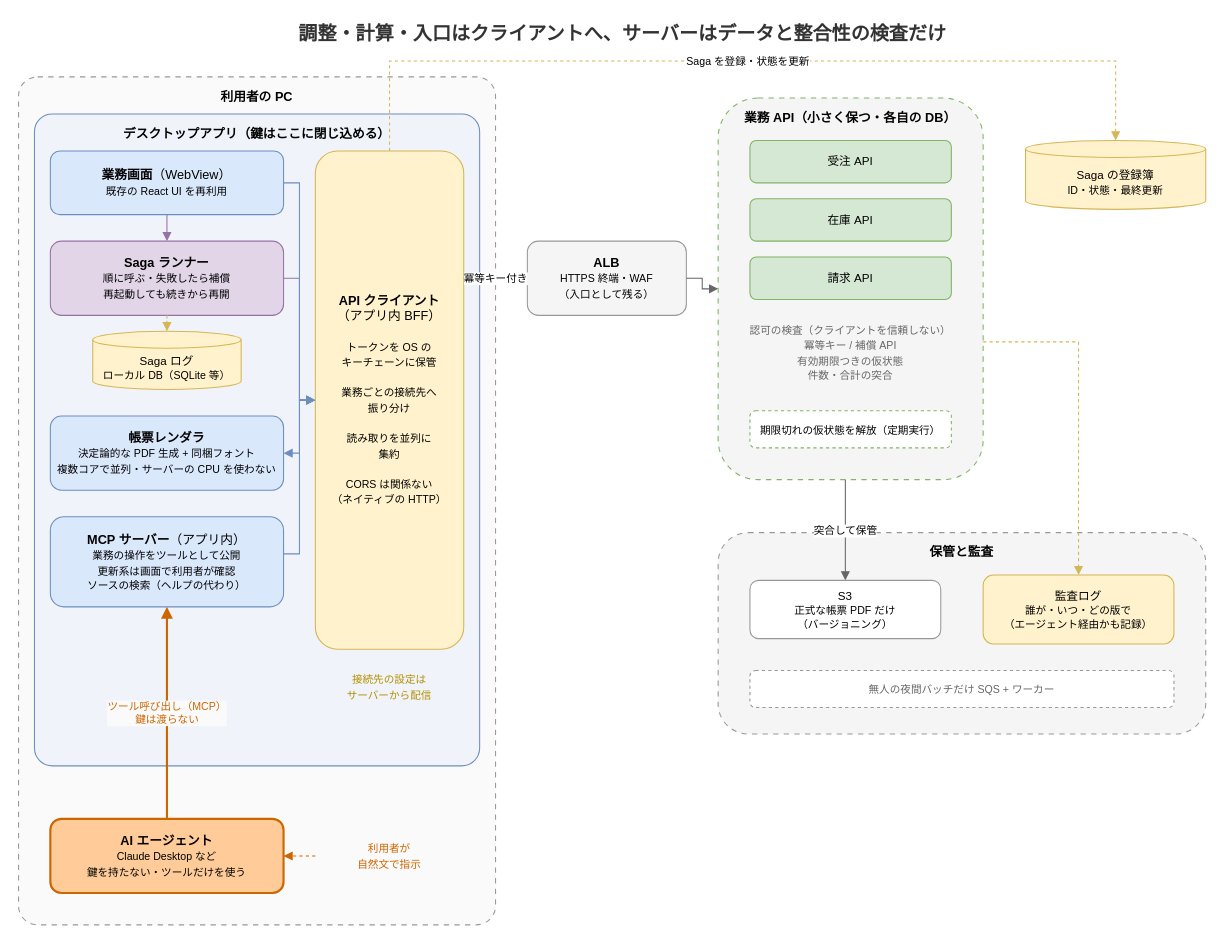
Earlier version of the draw.io diagram static/images/distributed-spa-architecture.drawio (hdknr/blogs). Source tidied: cells renumbered, new cells numbered last; positions are measured from the earlier drawing's top-left corner, leaving out a move shared by most shapes. Both pictures are drawn from the tidied source at 106%, with x=0, y=0 at pixel (18, 18).
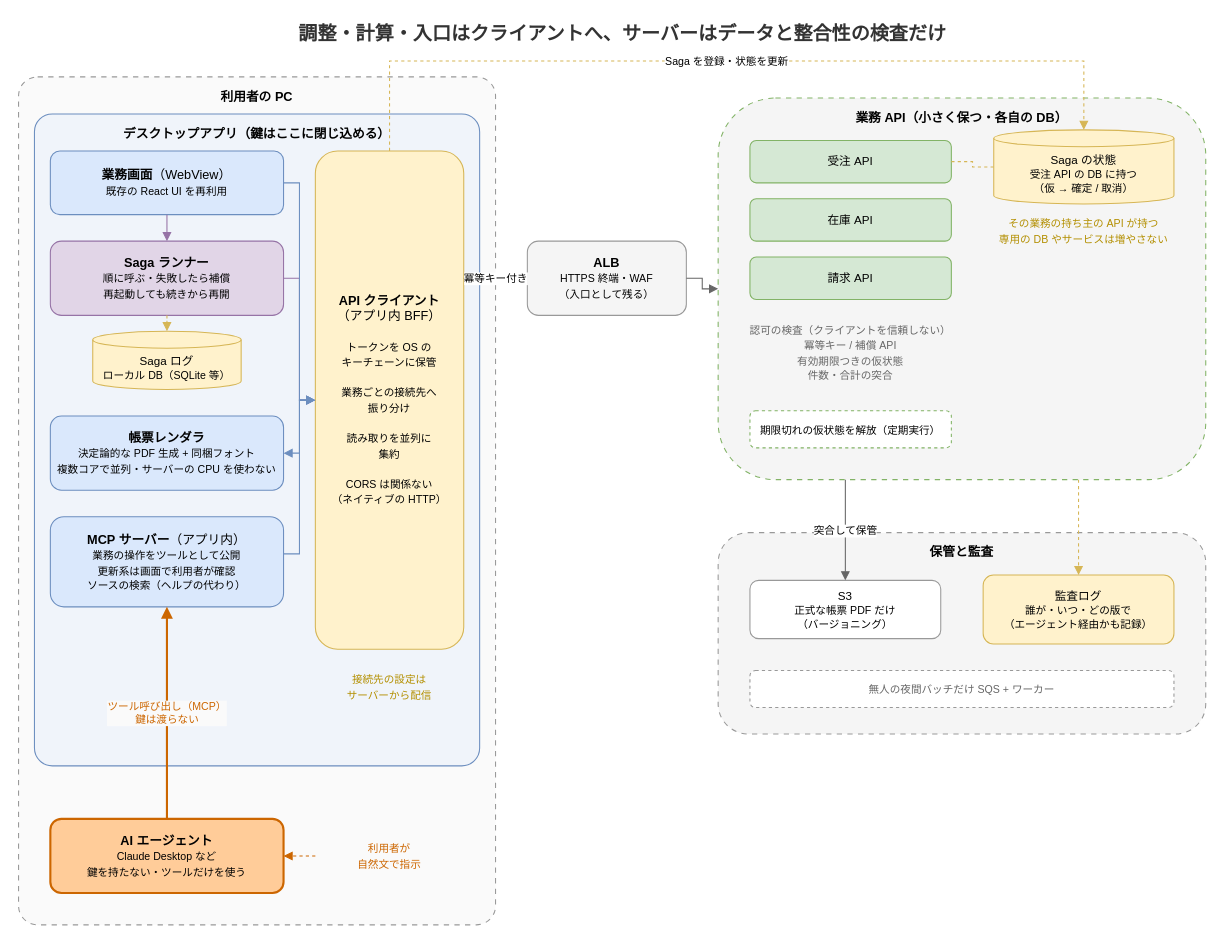
Above is the later version.

Commit message (it also covers changes not shown here):
Saga の解説を独立した節にし、Saga の状態の置き場所を持ち主の業務 API の DB に定める

「Saga とは」の節を方針 2 の前に新設し、トランザクションがサービスをまたげない理由、ローカルトランザクションと補償トランザクション、補償とロールバックの違い、分離性の欠如と仮状態（セマンティックロック）、冪等性、オーケストレーション型とコレオグラフィ型を解説する。Saga の状態は専用の DB ではなく、その業務の持ち主の業務 API の DB に置く構成に改め、全体構成図も合わせて更新。

The change refers to these unchanged cells:
```xml
<mxCell id="10" value="&lt;b&gt;API クライアント&lt;/b&gt;&lt;br&gt;（アプリ内 BFF）&lt;br&gt;&lt;br&gt;&lt;font style=&quot;font-size:10px&quot;&gt;トークンを OS の&lt;br&gt;キーチェーンに保管&lt;br&gt;&lt;br&gt;業務ごとの接続先へ&lt;br&gt;振り分け&lt;br&gt;&lt;br&gt;読み取りを並列に&lt;br&gt;集約&lt;br&gt;&lt;br&gt;CORS は関係ない&lt;br&gt;（ネイティブの HTTP）&lt;/font&gt;" style="rounded=1;whiteSpace=wrap;html=1;fillColor=#fff2cc;strokeColor=#d6b656;fontSize=12;" parent="1" vertex="1">
  <mxGeometry x="280" y="125" width="140" height="470" as="geometry" />
</mxCell>
<mxCell id="16" value="受注 API" style="rounded=1;whiteSpace=wrap;html=1;fillColor=#d5e8d4;strokeColor=#82b366;fontSize=11;" parent="1" vertex="1">
  <mxGeometry x="690" y="115" width="190" height="40" as="geometry" />
</mxCell>
<mxCell id="24" value="監査ログ&lt;br&gt;&lt;font style=&quot;font-size:10px&quot;&gt;誰が・いつ・どの版で&lt;br&gt;（エージェント経由かも記録）&lt;/font&gt;" style="rounded=1;whiteSpace=wrap;html=1;fillColor=#fff2cc;strokeColor=#d6b656;fontSize=11;" parent="1" vertex="1">
  <mxGeometry x="910" y="525" width="180" height="65" as="geometry" />
</mxCell>
```

What changed in the source:
```diff
@@
     <mxCell id="15" value="業務 API（小さく保つ・各自の DB）" style="rounded=1;whiteSpace=wrap;html=1;fillColor=#f5f5f5;strokeColor=#82b366;fontStyle=1;fontSize=12;verticalAlign=top;spacingTop=5;dashed=1;dashPattern=5 5;" parent="1" vertex="1">
-      <mxGeometry x="660" y="75" width="250" height="360" as="geometry" />
+      <mxGeometry x="660" y="75" width="460" height="360" as="geometry" />
     </mxCell>
@@
-    <mxCell id="21" value="Saga の登録簿&lt;br&gt;&lt;font style=&quot;font-size:10px&quot;&gt;ID・状態・最終更新&lt;/font&gt;" style="shape=cylinder3;whiteSpace=wrap;html=1;boundedLbl=1;size=8;fillColor=#fff2cc;strokeColor=#d6b656;fontSize=11;" parent="1" vertex="1">
-      <mxGeometry x="950" y="115" width="170" height="65" as="geometry" />
+    <mxCell id="21" value="Saga の状態&lt;br&gt;&lt;font style=&quot;font-size:10px&quot;&gt;受注 API の DB に持つ&lt;br&gt;（仮 → 確定 / 取消）&lt;/font&gt;" style="shape=cylinder3;whiteSpace=wrap;html=1;boundedLbl=1;size=8;fillColor=#fff2cc;strokeColor=#d6b656;fontSize=11;" parent="1" vertex="1">
+      <mxGeometry x="920" y="105" width="170" height="70" as="geometry" />
     </mxCell>
+    <mxCell id="39" value="&lt;font style=&quot;font-size:10px&quot;&gt;その業務の持ち主の API が持つ&lt;br&gt;専用の DB やサービスは増やさない&lt;/font&gt;" style="text;html=1;align=center;verticalAlign=middle;whiteSpace=wrap;fontColor=#b38f00;" parent="1" vertex="1">
+      <mxGeometry x="910" y="180" width="190" height="40" as="geometry" />
+    </mxCell>
+    <mxCell id="40" style="edgeStyle=orthogonalEdgeStyle;rounded=0;html=1;endArrow=none;strokeColor=#d6b656;dashed=1;" parent="1" edge="1" source="16" target="21">
+      <mxGeometry relative="1" as="geometry" />
+    </mxCell>
@@
     <mxCell id="36" value="Saga を登録・状態を更新" style="edgeStyle=orthogonalEdgeStyle;rounded=0;html=1;endArrow=block;strokeColor=#d6b656;fontSize=10;dashed=1;" parent="1" edge="1" source="10" target="21">
       <mxGeometry relative="1" as="geometry">
         <Array as="points">
           <mxPoint x="350" y="40" />
-          <mxPoint x="1035" y="40" />
+          <mxPoint x="1005" y="40" />
         </Array>
       </mxGeometry>
     </mxCell>
@@
     <mxCell id="38" style="edgeStyle=orthogonalEdgeStyle;rounded=0;html=1;endArrow=block;strokeColor=#d6b656;dashed=1;" parent="1" edge="1" source="15" target="24">
       <mxGeometry relative="1" as="geometry">
         <Array as="points">
-          <mxPoint x="1000" y="305" />
+          <mxPoint x="1000" y="460" />
         </Array>
       </mxGeometry>
     </mxCell>
```
